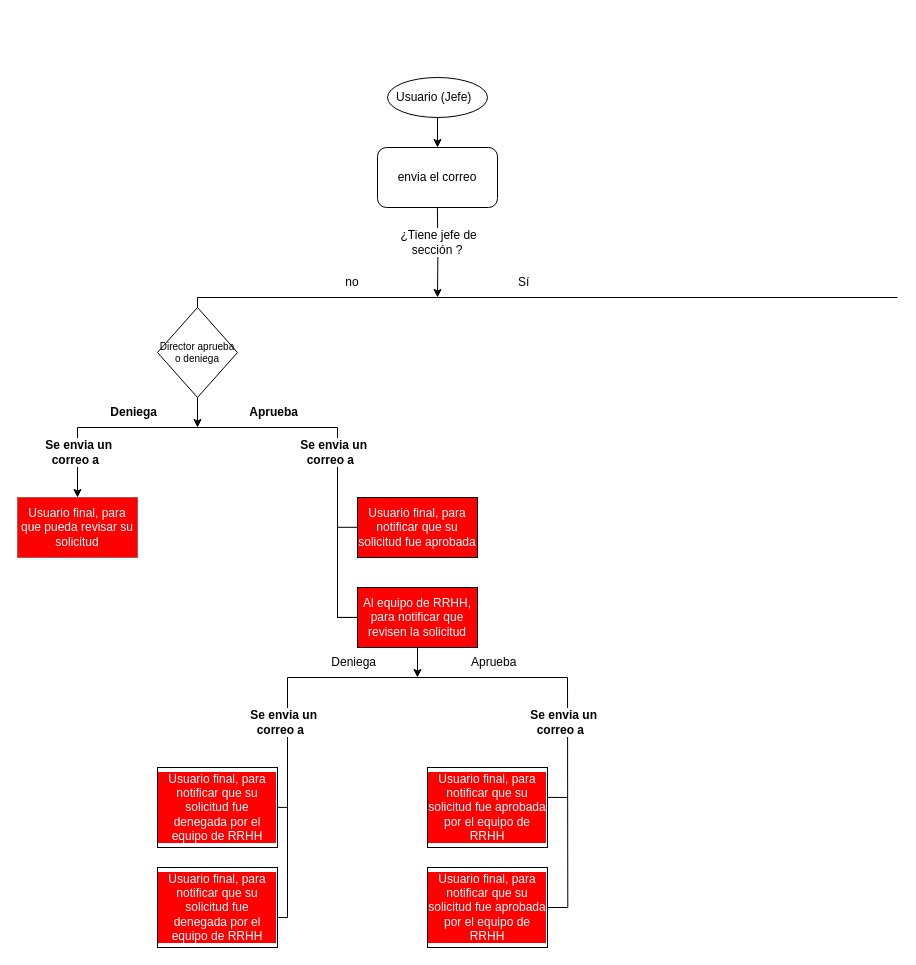
Earlier version of the draw.io diagram page "Usuario Jefe" (2 of 3) of rrhh/Untitled Diagram.drawio (rmiambiente/DrawioInfo). Source tidied: cells renumbered, new cells numbered last; positions are measured from the earlier drawing's top-left corner, leaving out a move shared by most shapes. Both pictures are drawn from the tidied source at 100%, with x=0, y=0 at pixel (17, 77).
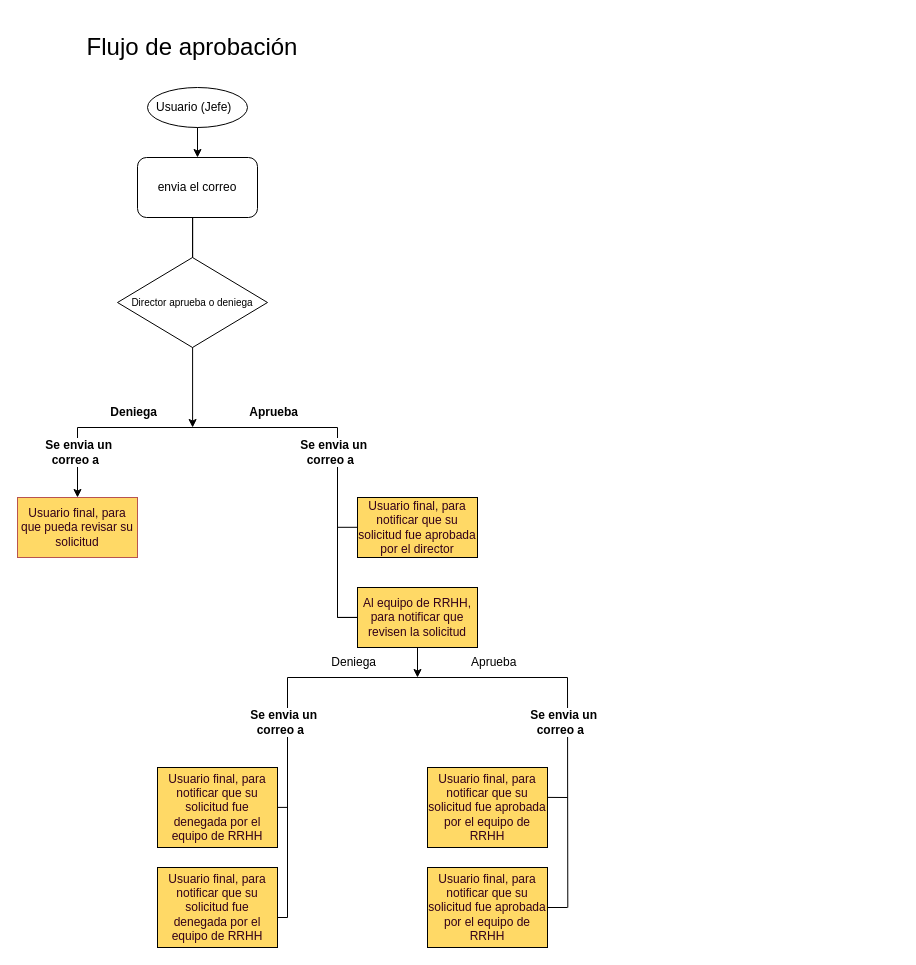
After the change.

What changed in the source:
```diff
@@
-    <mxCell id="5" style="edgeStyle=orthogonalEdgeStyle;rounded=0;orthogonalLoop=1;jettySize=auto;html=1;" parent="1" edge="1">
+    <mxCell id="5" style="edgeStyle=orthogonalEdgeStyle;rounded=0;jettySize=auto;html=1;" parent="1" edge="1" source="18">
       <mxGeometry relative="1" as="geometry">
-        <mxPoint x="419.9" y="130" as="sourcePoint" />
-        <mxPoint x="420" y="220" as="targetPoint" />
+        <mxPoint x="175.1" y="350" as="targetPoint" />
+        <Array as="points">
+          <mxPoint x="175.1" y="140" />
+        </Array>
       </mxGeometry>
     </mxCell>
     <mxCell id="6" value="Usuario (Jefe)&amp;nbsp;&amp;nbsp;" style="ellipse;whiteSpace=wrap;html=1;" parent="1" vertex="1">
-      <mxGeometry x="370" width="100" height="40" as="geometry" />
+      <mxGeometry x="130" y="10" width="100" height="40" as="geometry" />
     </mxCell>
     <mxCell id="7" style="edgeStyle=orthogonalEdgeStyle;rounded=0;jettySize=auto;html=1;entryX=0.5;entryY=0;entryDx=0;entryDy=0;" parent="1" edge="1" target="8">
       <mxGeometry relative="1" as="geometry">
-        <mxPoint x="420" y="40" as="sourcePoint" />
+        <mxPoint x="180" y="50" as="sourcePoint" />
       </mxGeometry>
     </mxCell>
     <mxCell id="8" value="envia el correo" style="rounded=1;whiteSpace=wrap;html=1;" parent="1" vertex="1">
-      <mxGeometry x="360" y="70" width="120" height="60" as="geometry" />
+      <mxGeometry x="120" y="80" width="120" height="60" as="geometry" />
     </mxCell>
-    <mxCell id="9" value="&amp;nbsp;Sí" style="text;html=1;align=center;verticalAlign=middle;whiteSpace=wrap;rounded=0;" parent="1" vertex="1">
-      <mxGeometry x="460" y="190" width="90" height="30" as="geometry" />
-    </mxCell>
-    <mxCell id="10" value="&amp;nbsp;¿Tiene jefe de sección ?" style="text;html=1;align=center;verticalAlign=middle;whiteSpace=wrap;rounded=0;glass=0;shadow=0;labelBackgroundColor=#FFFFFF;" parent="1" vertex="1">
-      <mxGeometry x="375" y="150" width="90" height="30" as="geometry" />
-    </mxCell>
-    <mxCell id="11" value="no" style="text;html=1;align=center;verticalAlign=middle;whiteSpace=wrap;rounded=0;" parent="1" vertex="1">
-      <mxGeometry x="290" y="190" width="90" height="30" as="geometry" />
-    </mxCell>
-    <mxCell id="12" style="endArrow=none;html=1;rounded=0;" parent="1" edge="1">
-      <mxGeometry relative="1" as="geometry">
-        <mxPoint x="180" y="220" as="sourcePoint" />
-        <mxPoint x="880" y="220" as="targetPoint" />
-      </mxGeometry>
-    </mxCell>
-    <mxCell id="13" style="endArrow=classic;html=1;rounded=0;" parent="1" edge="1">
-      <mxGeometry relative="1" as="geometry">
-        <mxPoint x="180" y="220" as="sourcePoint" />
-        <mxPoint x="180" y="260" as="targetPoint" />
-      </mxGeometry>
-    </mxCell>
@@
-    <mxCell id="15" style="endArrow=classic;html=1;rounded=0;" parent="1" edge="1">
-      <mxGeometry relative="1" as="geometry">
-        <mxPoint x="180" y="320" as="sourcePoint" />
-        <mxPoint x="180" y="350" as="targetPoint" />
-      </mxGeometry>
-    </mxCell>
@@
-    <mxCell id="18" value="Director aprueba o deniega" style="rhombus;whiteSpace=wrap;html=1;fontSize=10;" parent="1" vertex="1">
-      <mxGeometry x="140" y="230" width="80" height="90" as="geometry" />
-    </mxCell>
-    <mxCell id="19" value="Usuario final, para que pueda revisar su solicitud" style="rounded=0;whiteSpace=wrap;html=1;fillColor=#FF0000;strokeColor=#b85450;fontColor=#FFFFFF;" parent="1" vertex="1">
+    <mxCell id="19" value="Usuario final, para que pueda revisar su solicitud" style="rounded=0;whiteSpace=wrap;html=1;fillColor=#FFD966;strokeColor=#b85450;fontColor=#33001A;" parent="1" vertex="1">
       <mxGeometry y="420" width="120" height="60" as="geometry" />
     </mxCell>
-    <mxCell id="20" value="Usuario final, para notificar que su solicitud fue aprobada" style="rounded=0;whiteSpace=wrap;html=1;fillColor=#FF0000;fontColor=#FFFFFF;" parent="1" vertex="1">
+    <mxCell id="20" value="Usuario final, para notificar que su solicitud fue aprobada por el director" style="rounded=0;whiteSpace=wrap;html=1;fillColor=#FFD966;fontColor=#33001A;" parent="1" vertex="1">
       <mxGeometry x="340" y="420" width="120" height="60" as="geometry" />
     </mxCell>
@@
-    <mxCell id="23" value="Al equipo de RRHH, para notificar que revisen la solicitud" style="rounded=0;whiteSpace=wrap;html=1;fillColor=#FF0000;fontColor=#FFFFFF;" parent="1" vertex="1">
+    <mxCell id="23" value="Al equipo de RRHH, para notificar que revisen la solicitud" style="rounded=0;whiteSpace=wrap;html=1;fillColor=#FFD966;fontColor=#33001A;" parent="1" vertex="1">
       <mxGeometry x="340" y="510" width="120" height="60" as="geometry" />
     </mxCell>
-    <mxCell id="24" style="endArrow=none;html=1;rounded=0;" parent="1" edge="1">
+    <mxCell id="24" style="endArrow=none;html=1;rounded=0;fontColor=#33001A;" parent="1" edge="1">
       <mxGeometry relative="1" as="geometry">
         <mxPoint x="320" y="539.9" as="sourcePoint" />
         <mxPoint x="340" y="539.9" as="targetPoint" />
       </mxGeometry>
     </mxCell>
-    <mxCell id="25" style="endArrow=none;html=1;rounded=0;" parent="1" edge="1">
+    <mxCell id="25" style="endArrow=none;html=1;rounded=0;fontColor=#33001A;" parent="1" edge="1">
       <mxGeometry relative="1" as="geometry">
         <mxPoint x="320" y="449.8" as="sourcePoint" />
         <mxPoint x="340" y="449.8" as="targetPoint" />
       </mxGeometry>
     </mxCell>
@@
-    <mxCell id="29" value="Usuario final, para notificar que su solicitud fue denegada por el equipo de RRHH" style="rounded=0;whiteSpace=wrap;html=1;labelBackgroundColor=#FF0000;fillColor=#FFFFFF;fontColor=#FFFFFF;" parent="1" vertex="1">
+    <mxCell id="29" value="Usuario final, para notificar que su solicitud fue denegada por el equipo de RRHH" style="rounded=0;whiteSpace=wrap;html=1;labelBackgroundColor=#FFD966;fillColor=#FFD966;fontColor=#33001A;" parent="1" vertex="1">
       <mxGeometry x="140" y="690" width="120" height="80" as="geometry" />
     </mxCell>
-    <mxCell id="30" value="Usuario final, para notificar que su solicitud fue denegada por el equipo de RRHH" style="rounded=0;whiteSpace=wrap;html=1;labelBackgroundColor=#FF0000;fillColor=#FFFFFF;fontColor=#FFFFFF;" parent="1" vertex="1">
+    <mxCell id="30" value="Usuario final, para notificar que su solicitud fue denegada por el equipo de RRHH" style="rounded=0;whiteSpace=wrap;html=1;labelBackgroundColor=#FFD966;fillColor=#FFD966;fontColor=#33001A;" parent="1" vertex="1">
       <mxGeometry x="140" y="790" width="120" height="80" as="geometry" />
     </mxCell>
@@
-    <mxCell id="32" style="endArrow=none;html=1;rounded=0;" parent="1" edge="1">
+    <mxCell id="32" style="endArrow=none;html=1;rounded=0;labelBackgroundColor=#FFD966;fontColor=#33001A;" parent="1" edge="1">
       <mxGeometry relative="1" as="geometry">
         <mxPoint x="260" y="729.9" as="sourcePoint" />
         <mxPoint x="270" y="729.9" as="targetPoint" />
       </mxGeometry>
     </mxCell>
-    <mxCell id="33" style="endArrow=none;html=1;rounded=0;" parent="1" edge="1">
+    <mxCell id="33" style="endArrow=none;html=1;rounded=0;labelBackgroundColor=#FFD966;fontColor=#33001A;" parent="1" edge="1">
       <mxGeometry relative="1" as="geometry">
         <mxPoint x="260" y="840" as="sourcePoint" />
         <mxPoint x="270" y="840" as="targetPoint" />
       </mxGeometry>
     </mxCell>
-    <mxCell id="34" value="Usuario final, para notificar que su solicitud fue aprobada por el equipo de RRHH" style="rounded=0;whiteSpace=wrap;html=1;labelBackgroundColor=#FF0000;fillColor=none;strokeColor=default;fontColor=#FFFFFF;" parent="1" vertex="1">
+    <mxCell id="34" value="&lt;span&gt;Usuario final, para notificar que su solicitud fue aprobada por el equipo de RRHH&lt;/span&gt;" style="rounded=0;whiteSpace=wrap;html=1;labelBackgroundColor=#FFD966;fillColor=#FFD966;strokeColor=default;fontColor=#33001A;" parent="1" vertex="1">
       <mxGeometry x="410" y="690" width="120" height="80" as="geometry" />
     </mxCell>
-    <mxCell id="35" value="Usuario final, para notificar que su solicitud fue aprobada por el equipo de RRHH" style="rounded=0;whiteSpace=wrap;html=1;labelBackgroundColor=#FF0000;fillColor=none;strokeColor=default;fontColor=#FFFFFF;" parent="1" vertex="1">
+    <mxCell id="35" value="Usuario final, para notificar que su solicitud fue aprobada por el equipo de RRHH" style="rounded=0;whiteSpace=wrap;html=1;labelBackgroundColor=#FFD966;fillColor=#FFD966;strokeColor=default;fontColor=#33001A;" parent="1" vertex="1">
       <mxGeometry x="410" y="790" width="120" height="80" as="geometry" />
     </mxCell>
@@
-    <mxCell id="37" style="endArrow=none;html=1;rounded=0;labelBackgroundColor=#FF0000;fillColor=#f8cecc;strokeColor=default;" parent="1" edge="1">
+    <mxCell id="37" style="endArrow=none;html=1;rounded=0;labelBackgroundColor=#FF0000;fillColor=#f8cecc;strokeColor=default;fontColor=#33001A;" parent="1" edge="1">
       <mxGeometry relative="1" as="geometry">
         <mxPoint x="530" y="719.9" as="sourcePoint" />
         <mxPoint x="550" y="720" as="targetPoint" />
       </mxGeometry>
     </mxCell>
-    <mxCell id="38" style="endArrow=none;html=1;rounded=0;labelBackgroundColor=#FF0000;fillColor=#f8cecc;strokeColor=default;" parent="1" edge="1">
+    <mxCell id="38" style="endArrow=none;html=1;rounded=0;labelBackgroundColor=#FFD966;fillColor=#f8cecc;strokeColor=default;fontColor=#33001A;" parent="1" edge="1">
       <mxGeometry relative="1" as="geometry">
         <mxPoint x="530" y="830" as="sourcePoint" />
         <mxPoint x="550" y="830" as="targetPoint" />
       </mxGeometry>
     </mxCell>
-    <mxCell id="39" style="endArrow=none;html=1;rounded=0;" parent="1" edge="1">
+    <mxCell id="39" style="endArrow=none;html=1;rounded=0;fontColor=#33001A;" parent="1" edge="1">
       <mxGeometry relative="1" as="geometry">
         <mxPoint x="320" y="540" as="sourcePoint" />
         <mxPoint x="340" y="540" as="targetPoint" />
       </mxGeometry>
     </mxCell>
@@
+    <mxCell id="42" value="Flujo de aprobación" style="text;html=1;align=center;verticalAlign=middle;whiteSpace=wrap;rounded=0;fontSize=24;" parent="1" vertex="1">
+      <mxGeometry x="20" y="-60" width="310" height="60" as="geometry" />
+    </mxCell>
+    <mxCell id="18" value="Director aprueba o deniega" style="rhombus;whiteSpace=wrap;html=1;fontSize=10;" parent="1" vertex="1">
+      <mxGeometry x="100" y="180" width="150" height="90" as="geometry" />
+    </mxCell>
```
